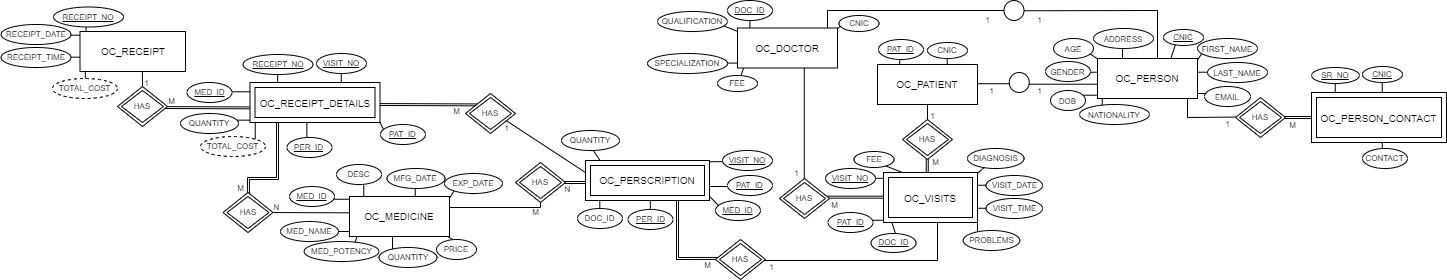
Earlier version of the draw.io export Database/Open Clinic ERD.png (talhaahmed884/Open-Clinic). Source tidied: cells renumbered, new cells last; positions are measured from the earlier drawing's top-left corner, leaving out a move shared by most shapes.
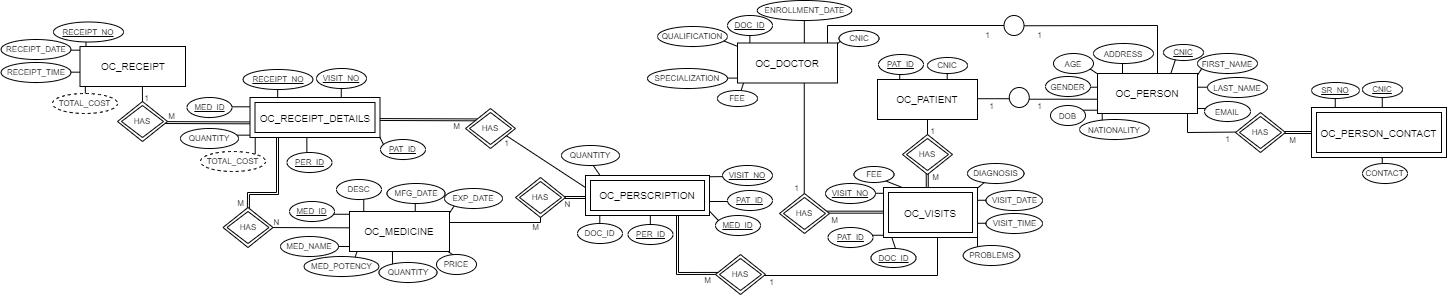
The same diagram one commit later.

What changed in the source:
```diff
@@ -2,6 +2,12 @@
   <root>
     <mxCell id="0" />
     <mxCell id="1" parent="0" />
+    <mxCell id="165" style="endArrow=none;html=1;rounded=0;" parent="1" edge="1">
+      <mxGeometry relative="1" as="geometry">
+        <mxPoint x="802.8" y="1" as="sourcePoint" />
+        <mxPoint x="802.8" y="31" as="targetPoint" />
+      </mxGeometry>
+    </mxCell>
     <mxCell id="2" style="endArrow=none;html=1;rounded=0;" parent="1" edge="1">
       <mxGeometry relative="1" as="geometry">
         <mxPoint x="863.5" y="157.3" as="sourcePoint" />
@@ -745,5 +751,8 @@
     <mxCell id="164" value="&lt;font size=&quot;1&quot; style=&quot;line-height: 160%&quot;&gt;&lt;span style=&quot;line-height: 280% ; font-size: 8px&quot;&gt;FEE&lt;/span&gt;&lt;/font&gt;" style="ellipse;whiteSpace=wrap;html=1;align=center;" parent="1" vertex="1">
       <mxGeometry x="852.5" y="151" width="40" height="16" as="geometry" />
     </mxCell>
+    <mxCell id="166" value="&lt;font size=&quot;1&quot; style=&quot;line-height: 160%&quot;&gt;&lt;span style=&quot;line-height: 230% ; font-size: 8px&quot;&gt;ENROLLMENT_DATE&lt;/span&gt;&lt;/font&gt;" style="ellipse;whiteSpace=wrap;html=1;align=center;" parent="1" vertex="1">
+      <mxGeometry x="755.8" y="-15" width="94.5" height="20" as="geometry" />
+    </mxCell>
   </root>
 </mxGraphModel>
```
